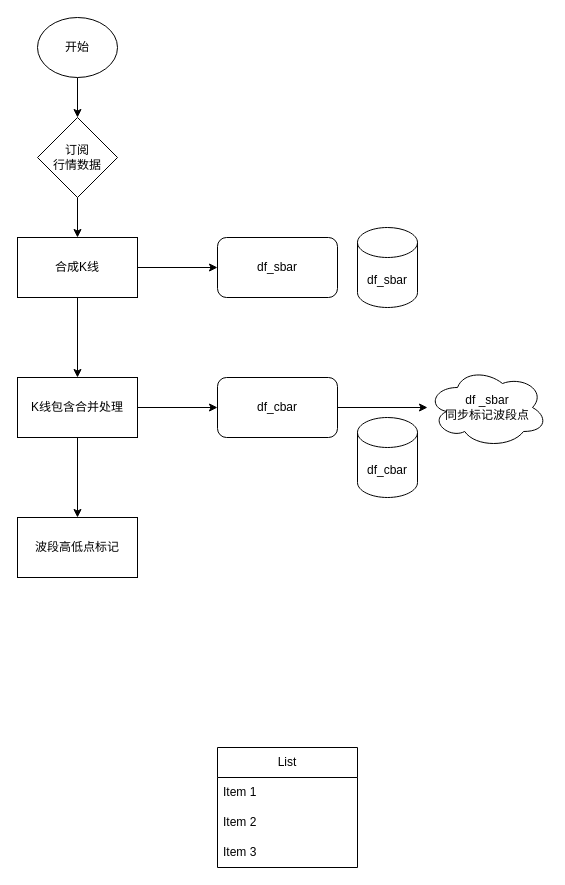
Above: page "Pulao" (1 of 9) of docs/followchart.drawio in ligl/pulao (draw.io), before the change. Source tidied: cells renumbered, new cells numbered last; positions are measured from the earlier drawing's top-left corner, leaving out a move shared by most shapes. Both pictures are drawn from the tidied source at 100%, with x=0, y=0 at pixel (17, 17).
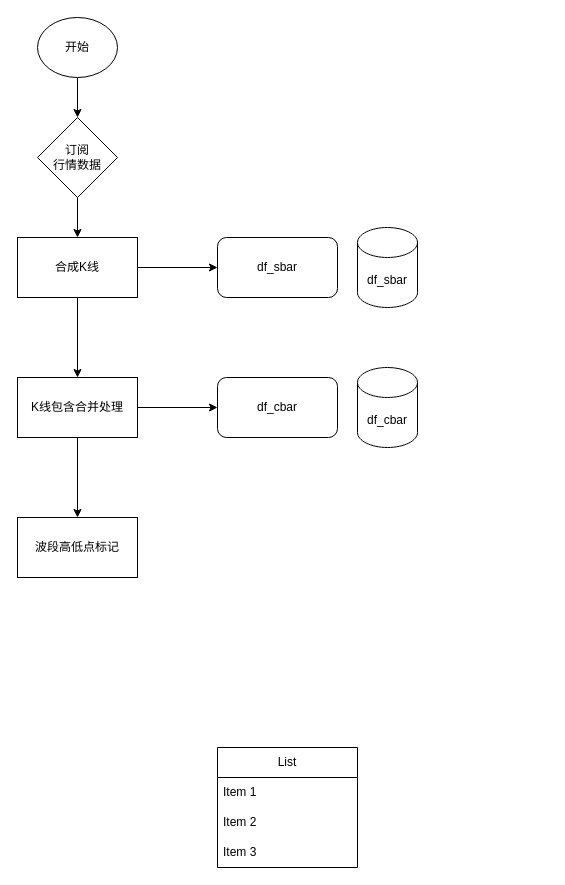
Above is the later version.

Unchanged cells that the change refers to:
```xml
<mxCell id="15" value="df_cbar" style="rounded=1;whiteSpace=wrap;html=1;" parent="1" vertex="1">
  <mxGeometry x="200" y="360" width="120" height="60" as="geometry" />
</mxCell>
```

Diff of the diagram source:
```diff
@@
-    <mxCell id="12" value="df _sbar&lt;div&gt;同步标记波段点&lt;/div&gt;" style="ellipse;shape=cloud;whiteSpace=wrap;html=1;" parent="1" vertex="1">
-      <mxGeometry x="410" y="350" width="120" height="80" as="geometry" />
-    </mxCell>
@@
-    <mxCell id="14" style="edgeStyle=orthogonalEdgeStyle;rounded=0;jettySize=auto;html=1;" parent="1" edge="1" source="15" target="12">
-      <mxGeometry relative="1" as="geometry" />
-    </mxCell>
@@
     <mxCell id="18" value="df_cbar" style="shape=cylinder3;whiteSpace=wrap;html=1;boundedLbl=1;backgroundOutline=1;size=15;" parent="1" vertex="1">
-      <mxGeometry x="340" y="400" width="60" height="80" as="geometry" />
+      <mxGeometry x="340" y="350" width="60" height="80" as="geometry" />
     </mxCell>
```
